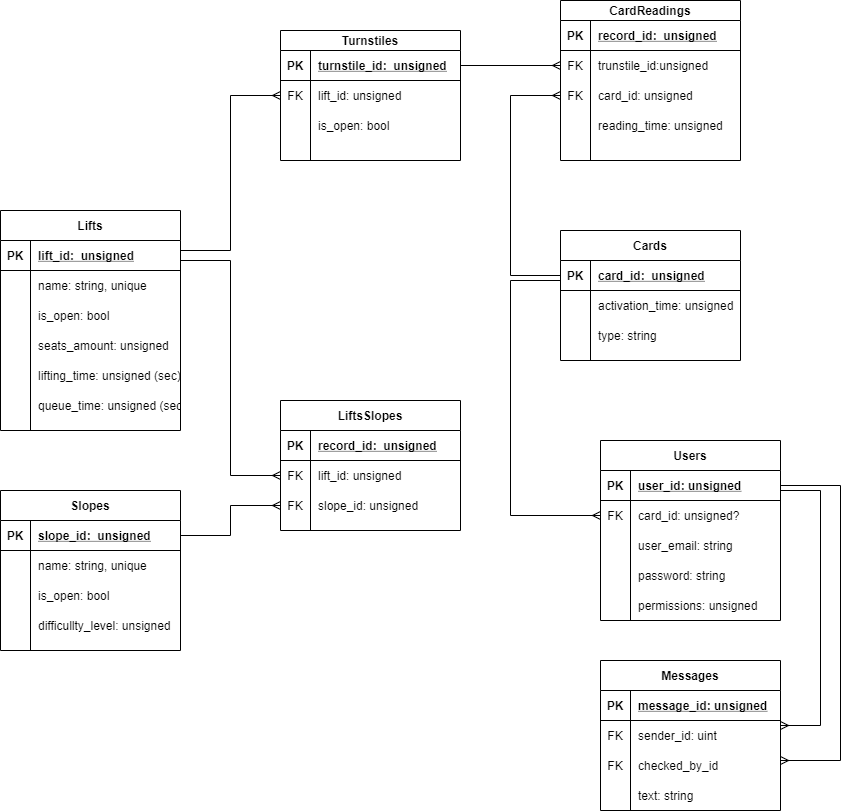
Earlier version of the draw.io export docs/imgs/db/db.png (alena-zayts/BMSTU_6sem_software_design). Source tidied: cells renumbered, new cells last; positions are measured from the earlier drawing's top-left corner, leaving out a move shared by most shapes.
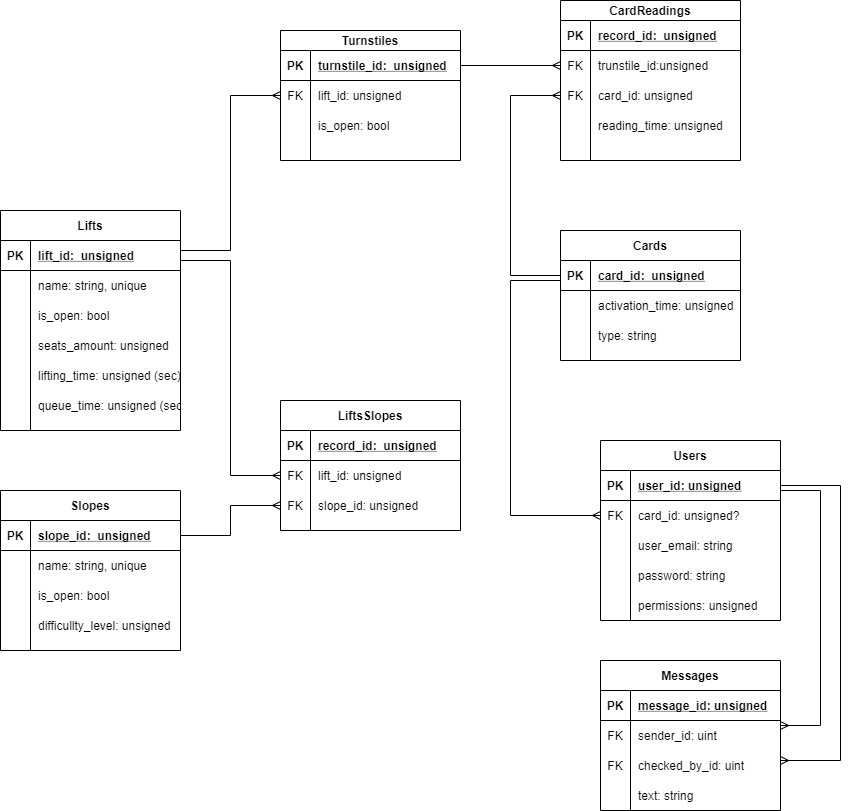
The same file after the commit.

What changed in the source:
```diff
@@ -357,7 +357,7 @@
     <mxCell id="108" value="FK" style="shape=partialRectangle;fillColor=none;top=0;left=0;bottom=0;right=0;overflow=hidden;" parent="107" vertex="1">
       <mxGeometry width="30" height="30" as="geometry" />
     </mxCell>
-    <mxCell id="109" value="checked_by_id" style="shape=partialRectangle;fillColor=none;top=0;left=0;bottom=0;right=0;align=left;spacingLeft=6;overflow=hidden;" parent="107" vertex="1">
+    <mxCell id="109" value="checked_by_id: uint" style="shape=partialRectangle;fillColor=none;top=0;left=0;bottom=0;right=0;align=left;spacingLeft=6;overflow=hidden;" parent="107" vertex="1">
       <mxGeometry x="30" width="150" height="30" as="geometry" />
     </mxCell>
     <mxCell id="110" style="shape=partialRectangle;fillColor=none;top=0;left=0;bottom=0;right=0;" parent="100" vertex="1">
```
